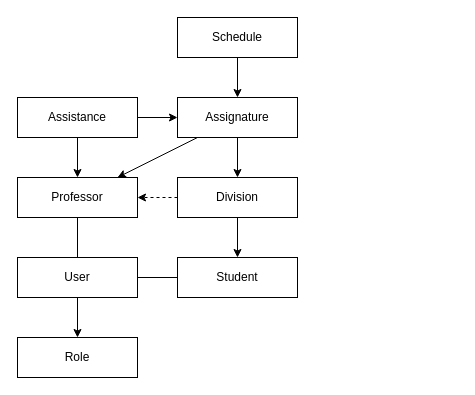
Above: docs/class-diagram.drawio in pepenotti/insti (draw.io), before the change. Source tidied: cells renumbered, new cells numbered last; positions are measured from the earlier drawing's top-left corner, leaving out a move shared by most shapes. Both pictures are drawn from the tidied source at 100%, with x=0, y=0 at pixel (17, 17).
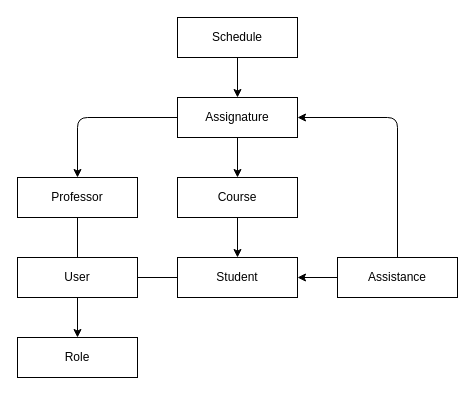
After the change.

Unchanged cells that the change refers to:
```xml
<mxCell id="7" value="Assignature" style="rounded=0;whiteSpace=wrap;html=1;" parent="1" vertex="1">
  <mxGeometry x="160" y="80" width="120" height="40" as="geometry" />
</mxCell>
<mxCell id="17" value="Professor" style="rounded=0;whiteSpace=wrap;html=1;" parent="1" vertex="1">
  <mxGeometry y="160" width="120" height="40" as="geometry" />
</mxCell>
<mxCell id="19" value="Student" style="rounded=0;whiteSpace=wrap;html=1;" parent="1" vertex="1">
  <mxGeometry x="160" y="240" width="120" height="40" as="geometry" />
</mxCell>
```

The edit, as a diff of the source:
```diff
@@
     <mxCell id="5" style="edgeStyle=none;html=1;noEdgeStyle=1;" parent="1" edge="1" source="7" target="17">
-      <mxGeometry relative="1" as="geometry" />
+      <mxGeometry relative="1" as="geometry">
+        <Array as="points">
+          <mxPoint x="60" y="100" />
+        </Array>
+      </mxGeometry>
     </mxCell>
@@
-    <mxCell id="9" style="edgeStyle=none;html=1;entryX=1;entryY=0.5;entryDx=0;entryDy=0;dashed=1;" parent="1" edge="1" source="10" target="17">
-      <mxGeometry relative="1" as="geometry" />
-    </mxCell>
-    <mxCell id="10" value="Division" style="rounded=0;whiteSpace=wrap;html=1;" parent="1" vertex="1">
+    <mxCell id="10" value="Course" style="rounded=0;whiteSpace=wrap;html=1;" parent="1" vertex="1">
       <mxGeometry x="160" y="160" width="120" height="40" as="geometry" />
     </mxCell>
@@
     <mxCell id="13" style="edgeStyle=none;html=1;noEdgeStyle=1;" parent="1" edge="1" source="15" target="7">
-      <mxGeometry relative="1" as="geometry" />
+      <mxGeometry relative="1" as="geometry">
+        <Array as="points">
+          <mxPoint x="380" y="100" />
+        </Array>
+      </mxGeometry>
     </mxCell>
-    <mxCell id="14" style="edgeStyle=none;html=1;noEdgeStyle=1;" parent="1" edge="1" source="15" target="17">
+    <mxCell id="14" style="edgeStyle=none;html=1;noEdgeStyle=1;entryX=1;entryY=0.5;entryDx=0;entryDy=0;" parent="1" edge="1" source="15" target="19">
       <mxGeometry relative="1" as="geometry" />
     </mxCell>
     <mxCell id="15" value="Assistance" style="rounded=0;whiteSpace=wrap;html=1;" parent="1" vertex="1">
-      <mxGeometry y="80" width="120" height="40" as="geometry" />
+      <mxGeometry x="320" y="240" width="120" height="40" as="geometry" />
     </mxCell>
```
